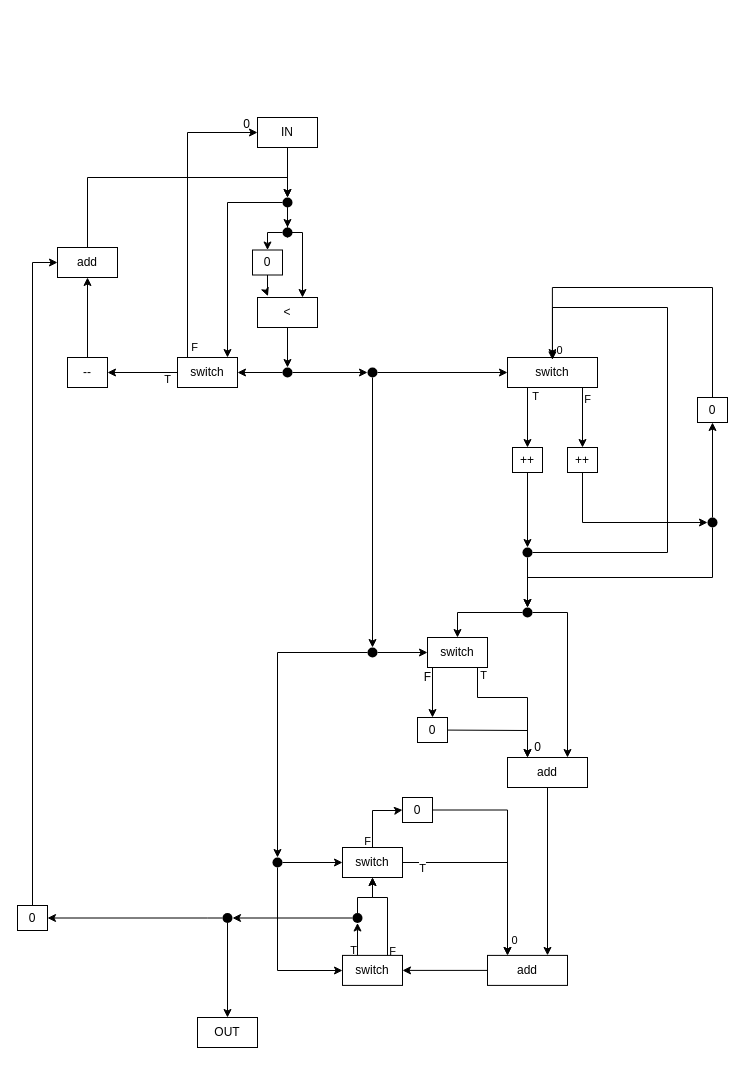
dezhic/Dataflow keeps this draw.io diagram as Dataflow3.drawio. Above is the earlier version. Source tidied: cells renumbered, new cells numbered last; positions are measured from the earlier drawing's top-left corner, leaving out a move shared by most shapes. Both pictures are drawn from the tidied source at 100%, with x=0, y=0 at pixel (17, 114).
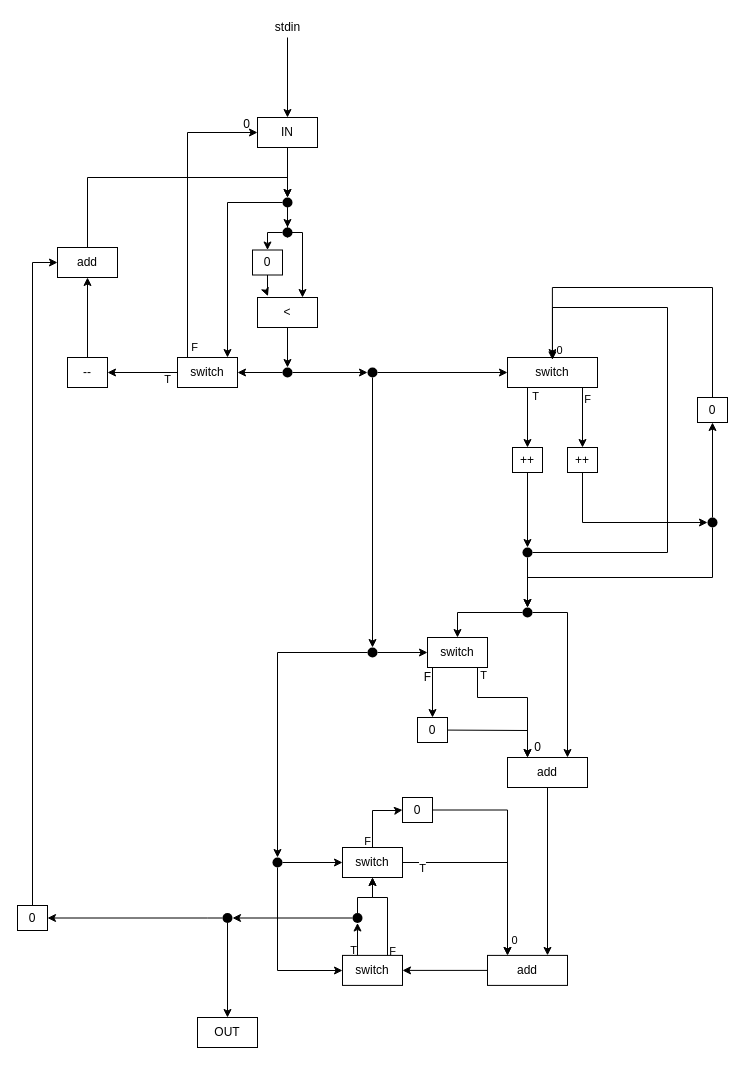
The same diagram, later.

Unchanged cells that the change refers to:
```xml
<mxCell id="6" value="IN" style="rounded=0;whiteSpace=wrap;html=1;" parent="1" vertex="1">
  <mxGeometry x="240" y="3" width="60" height="30" as="geometry" />
</mxCell>
```

What changed in the source:
```diff
@@
+    <mxCell id="91" style="edgeStyle=orthogonalEdgeStyle;rounded=0;jettySize=auto;html=1;entryX=0.5;entryY=0;entryDx=0;entryDy=0;" parent="1" edge="1" source="92" target="6">
+      <mxGeometry relative="1" as="geometry" />
+    </mxCell>
+    <mxCell id="92" value="stdin" style="text;html=1;align=center;verticalAlign=middle;points=[];" parent="1" vertex="1">
+      <mxGeometry x="250" y="-97" width="40" height="20" as="geometry" />
+    </mxCell>
```
